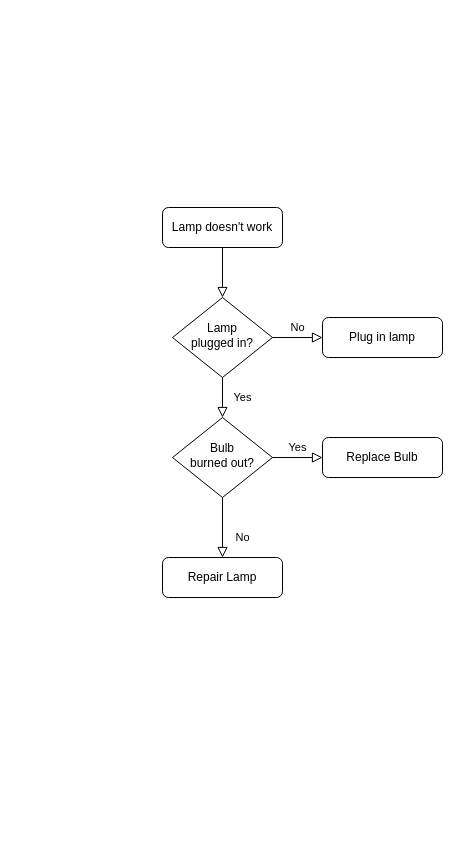
H0p1ty/data_bases keeps this draw.io diagram as CoffeePulveriser.drawio. Above is the earlier version. Source tidied: cells renumbered, new cells numbered last; positions are measured from the earlier drawing's top-left corner, leaving out a move shared by most shapes. Both pictures are drawn from the tidied source at 100%, with x=0, y=0 at pixel (162, 207).
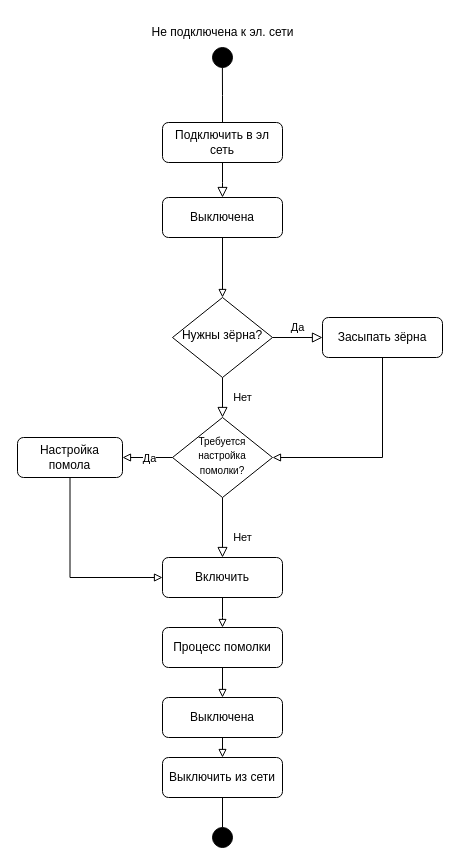
After the change.

Change to the diagram source:
```diff
@@
-    <mxCell id="2" style="rounded=0;html=1;jettySize=auto;fontSize=11;endArrow=block;endFill=0;endSize=8;strokeWidth=1;shadow=0;labelBackgroundColor=none;edgeStyle=orthogonalEdgeStyle;" parent="1" edge="1" source="3" target="6">
-      <mxGeometry relative="1" as="geometry" />
+    <mxCell id="2" style="rounded=0;html=1;jettySize=auto;fontSize=11;endArrow=block;endFill=0;endSize=8;strokeWidth=1;shadow=0;labelBackgroundColor=none;edgeStyle=orthogonalEdgeStyle;" parent="1" edge="1" source="3">
+      <mxGeometry relative="1" as="geometry">
+        <mxPoint x="60" y="-10" as="targetPoint" />
+      </mxGeometry>
     </mxCell>
+    <mxCell id="13" style="edgeStyle=orthogonalEdgeStyle;rounded=0;jettySize=auto;html=1;exitX=0.5;exitY=0;exitDx=0;exitDy=0;endArrow=none;endFill=0;" parent="1" edge="1" source="3">
+      <mxGeometry relative="1" as="geometry">
+        <mxPoint x="59.9" y="-140" as="targetPoint" />
+      </mxGeometry>
+    </mxCell>
-    <mxCell id="3" value="Lamp doesn't work" style="rounded=1;whiteSpace=wrap;html=1;fontSize=12;glass=0;strokeWidth=1;shadow=0;" parent="1" vertex="1">
-      <mxGeometry width="120" height="40" as="geometry" />
+    <mxCell id="3" value="Подключить в эл сеть" style="rounded=1;whiteSpace=wrap;html=1;fontSize=12;glass=0;strokeWidth=1;shadow=0;" parent="1" vertex="1">
+      <mxGeometry y="-85" width="120" height="40" as="geometry" />
     </mxCell>
-    <mxCell id="4" value="Yes" style="rounded=0;html=1;jettySize=auto;fontSize=11;endArrow=block;endFill=0;endSize=8;strokeWidth=1;shadow=0;labelBackgroundColor=none;edgeStyle=orthogonalEdgeStyle;" parent="1" edge="1" source="6" target="10">
+    <mxCell id="4" value="Нет" style="rounded=0;html=1;jettySize=auto;fontSize=11;endArrow=block;endFill=0;endSize=8;strokeWidth=1;shadow=0;labelBackgroundColor=none;edgeStyle=orthogonalEdgeStyle;" parent="1" edge="1" source="6" target="10">
       <mxGeometry y="20" relative="1" as="geometry" />
     </mxCell>
-    <mxCell id="5" value="No" style="edgeStyle=orthogonalEdgeStyle;rounded=0;html=1;jettySize=auto;fontSize=11;endArrow=block;endFill=0;endSize=8;strokeWidth=1;shadow=0;labelBackgroundColor=none;" parent="1" edge="1" source="6" target="7">
+    <mxCell id="5" value="Да" style="edgeStyle=orthogonalEdgeStyle;rounded=0;html=1;jettySize=auto;fontSize=11;endArrow=block;endFill=0;endSize=8;strokeWidth=1;shadow=0;labelBackgroundColor=none;" parent="1" edge="1" source="6" target="7">
       <mxGeometry y="10" relative="1" as="geometry" />
     </mxCell>
-    <mxCell id="6" value="Lamp&lt;br&gt;plugged in?" style="rhombus;whiteSpace=wrap;html=1;shadow=0;fontFamily=Helvetica;fontSize=12;align=center;strokeWidth=1;spacing=6;spacingTop=-4;" parent="1" vertex="1">
+    <mxCell id="6" value="Нужны зёрна?" style="rhombus;whiteSpace=wrap;html=1;shadow=0;fontFamily=Helvetica;fontSize=12;align=center;strokeWidth=1;spacing=6;spacingTop=-4;" parent="1" vertex="1">
       <mxGeometry x="10" y="90" width="100" height="80" as="geometry" />
     </mxCell>
+    <mxCell id="14" style="edgeStyle=orthogonalEdgeStyle;rounded=0;jettySize=auto;html=1;entryX=1;entryY=0.5;entryDx=0;entryDy=0;endArrow=block;endFill=0;" parent="1" edge="1" source="7" target="10">
+      <mxGeometry relative="1" as="geometry">
+        <Array as="points">
+          <mxPoint x="220" y="250" />
+        </Array>
+      </mxGeometry>
+    </mxCell>
-    <mxCell id="7" value="Plug in lamp" style="rounded=1;whiteSpace=wrap;html=1;fontSize=12;glass=0;strokeWidth=1;shadow=0;" parent="1" vertex="1">
+    <mxCell id="7" value="Засыпать зёрна" style="rounded=1;whiteSpace=wrap;html=1;fontSize=12;glass=0;strokeWidth=1;shadow=0;" parent="1" vertex="1">
       <mxGeometry x="160" y="110" width="120" height="40" as="geometry" />
     </mxCell>
-    <mxCell id="8" value="No" style="rounded=0;html=1;jettySize=auto;fontSize=11;endArrow=block;endFill=0;endSize=8;strokeWidth=1;shadow=0;labelBackgroundColor=none;edgeStyle=orthogonalEdgeStyle;" parent="1" edge="1" source="10" target="11">
+    <mxCell id="8" value="Нет" style="rounded=0;html=1;jettySize=auto;fontSize=11;endArrow=block;endFill=0;endSize=8;strokeWidth=1;shadow=0;labelBackgroundColor=none;edgeStyle=orthogonalEdgeStyle;" parent="1" edge="1" source="10" target="11">
       <mxGeometry x="0.33" y="20" relative="1" as="geometry" />
     </mxCell>
-    <mxCell id="9" value="Yes" style="edgeStyle=orthogonalEdgeStyle;rounded=0;html=1;jettySize=auto;fontSize=11;endArrow=block;endFill=0;endSize=8;strokeWidth=1;shadow=0;labelBackgroundColor=none;" parent="1" edge="1" source="10" target="12">
-      <mxGeometry y="10" relative="1" as="geometry" />
-    </mxCell>
+    <mxCell id="15" style="edgeStyle=orthogonalEdgeStyle;rounded=0;jettySize=auto;html=1;endArrow=block;endFill=0;" parent="1" edge="1" source="10">
+      <mxGeometry relative="1" as="geometry">
+        <mxPoint x="-40" y="250" as="targetPoint" />
+      </mxGeometry>
+    </mxCell>
+    <mxCell id="16" value="Да" style="edgeLabel;html=1;align=center;verticalAlign=middle;" parent="15" vertex="1">
+      <mxGeometry x="-0.03" relative="1" as="geometry" />
+    </mxCell>
-    <mxCell id="10" value="Bulb&lt;br&gt;burned out?" style="rhombus;whiteSpace=wrap;html=1;shadow=0;fontFamily=Helvetica;fontSize=12;align=center;strokeWidth=1;spacing=6;spacingTop=-4;" parent="1" vertex="1">
+    <mxCell id="10" value="&lt;font style=&quot;font-size: 10px;&quot;&gt;Требуется настройка помолки?&lt;/font&gt;" style="rhombus;whiteSpace=wrap;html=1;shadow=0;fontFamily=Helvetica;fontSize=12;align=center;strokeWidth=1;spacing=6;spacingTop=-4;" parent="1" vertex="1">
       <mxGeometry x="10" y="210" width="100" height="80" as="geometry" />
     </mxCell>
+    <mxCell id="17" style="edgeStyle=orthogonalEdgeStyle;rounded=0;jettySize=auto;html=1;endArrow=block;endFill=0;" parent="1" edge="1" source="11">
+      <mxGeometry relative="1" as="geometry">
+        <mxPoint x="60" y="420" as="targetPoint" />
+      </mxGeometry>
+    </mxCell>
-    <mxCell id="11" value="Repair Lamp" style="rounded=1;whiteSpace=wrap;html=1;fontSize=12;glass=0;strokeWidth=1;shadow=0;" parent="1" vertex="1">
+    <mxCell id="11" value="Включить" style="rounded=1;whiteSpace=wrap;html=1;fontSize=12;glass=0;strokeWidth=1;shadow=0;" parent="1" vertex="1">
       <mxGeometry y="350" width="120" height="40" as="geometry" />
     </mxCell>
-    <mxCell id="12" value="Replace Bulb" style="rounded=1;whiteSpace=wrap;html=1;fontSize=12;glass=0;strokeWidth=1;shadow=0;" parent="1" vertex="1">
-      <mxGeometry x="160" y="230" width="120" height="40" as="geometry" />
-    </mxCell>
+    <mxCell id="18" style="ellipse;whiteSpace=wrap;html=1;fillColor=#000000;" parent="1" vertex="1">
+      <mxGeometry x="50" y="-160" width="20" height="20" as="geometry" />
+    </mxCell>
+    <mxCell id="19" value="Не подключена к эл. сети" style="text;html=1;align=center;verticalAlign=middle;strokeColor=none;fillColor=none;" parent="1" vertex="1">
+      <mxGeometry x="-25" y="-190" width="170" height="30" as="geometry" />
+    </mxCell>
+    <mxCell id="20" style="edgeStyle=orthogonalEdgeStyle;rounded=0;jettySize=auto;html=1;exitX=0.5;exitY=1;exitDx=0;exitDy=0;entryX=0.5;entryY=0;entryDx=0;entryDy=0;endArrow=block;endFill=0;" parent="1" edge="1" source="21" target="6">
+      <mxGeometry relative="1" as="geometry" />
+    </mxCell>
+    <mxCell id="21" value="Выключена" style="rounded=1;whiteSpace=wrap;html=1;" parent="1" vertex="1">
+      <mxGeometry y="-10" width="120" height="40" as="geometry" />
+    </mxCell>
+    <mxCell id="22" style="edgeStyle=orthogonalEdgeStyle;rounded=0;jettySize=auto;html=1;entryX=0;entryY=0.5;entryDx=0;entryDy=0;endArrow=block;endFill=0;" parent="1" edge="1" source="23" target="11">
+      <mxGeometry relative="1" as="geometry">
+        <Array as="points">
+          <mxPoint x="-93" y="370" />
+        </Array>
+      </mxGeometry>
+    </mxCell>
+    <mxCell id="23" value="Настройка помола" style="rounded=1;whiteSpace=wrap;html=1;" parent="1" vertex="1">
+      <mxGeometry x="-145" y="230" width="105" height="40" as="geometry" />
+    </mxCell>
+    <mxCell id="24" style="edgeStyle=orthogonalEdgeStyle;rounded=0;jettySize=auto;html=1;endArrow=block;endFill=0;entryX=0.5;entryY=0;entryDx=0;entryDy=0;" parent="1" edge="1" source="25" target="27">
+      <mxGeometry relative="1" as="geometry" />
+    </mxCell>
+    <mxCell id="25" value="Процесс помолки" style="rounded=1;whiteSpace=wrap;html=1;" parent="1" vertex="1">
+      <mxGeometry y="420" width="120" height="40" as="geometry" />
+    </mxCell>
+    <mxCell id="26" style="edgeStyle=orthogonalEdgeStyle;rounded=0;jettySize=auto;html=1;endArrow=block;endFill=0;" parent="1" edge="1" source="27">
+      <mxGeometry relative="1" as="geometry">
+        <mxPoint x="60" y="550" as="targetPoint" />
+      </mxGeometry>
+    </mxCell>
+    <mxCell id="27" value="Выключена" style="rounded=1;whiteSpace=wrap;html=1;" parent="1" vertex="1">
+      <mxGeometry y="490" width="120" height="40" as="geometry" />
+    </mxCell>
+    <mxCell id="28" style="edgeStyle=orthogonalEdgeStyle;rounded=0;jettySize=auto;html=1;entryX=0.5;entryY=0;entryDx=0;entryDy=0;endArrow=none;endFill=0;" parent="1" edge="1" source="29" target="30">
+      <mxGeometry relative="1" as="geometry" />
+    </mxCell>
+    <mxCell id="29" value="Выключить из сети" style="rounded=1;whiteSpace=wrap;html=1;" parent="1" vertex="1">
+      <mxGeometry y="550" width="120" height="40" as="geometry" />
+    </mxCell>
+    <mxCell id="30" style="ellipse;whiteSpace=wrap;html=1;strokeColor=#000000;fillColor=#000000;" parent="1" vertex="1">
+      <mxGeometry x="50" y="620" width="20" height="20" as="geometry" />
+    </mxCell>
```
